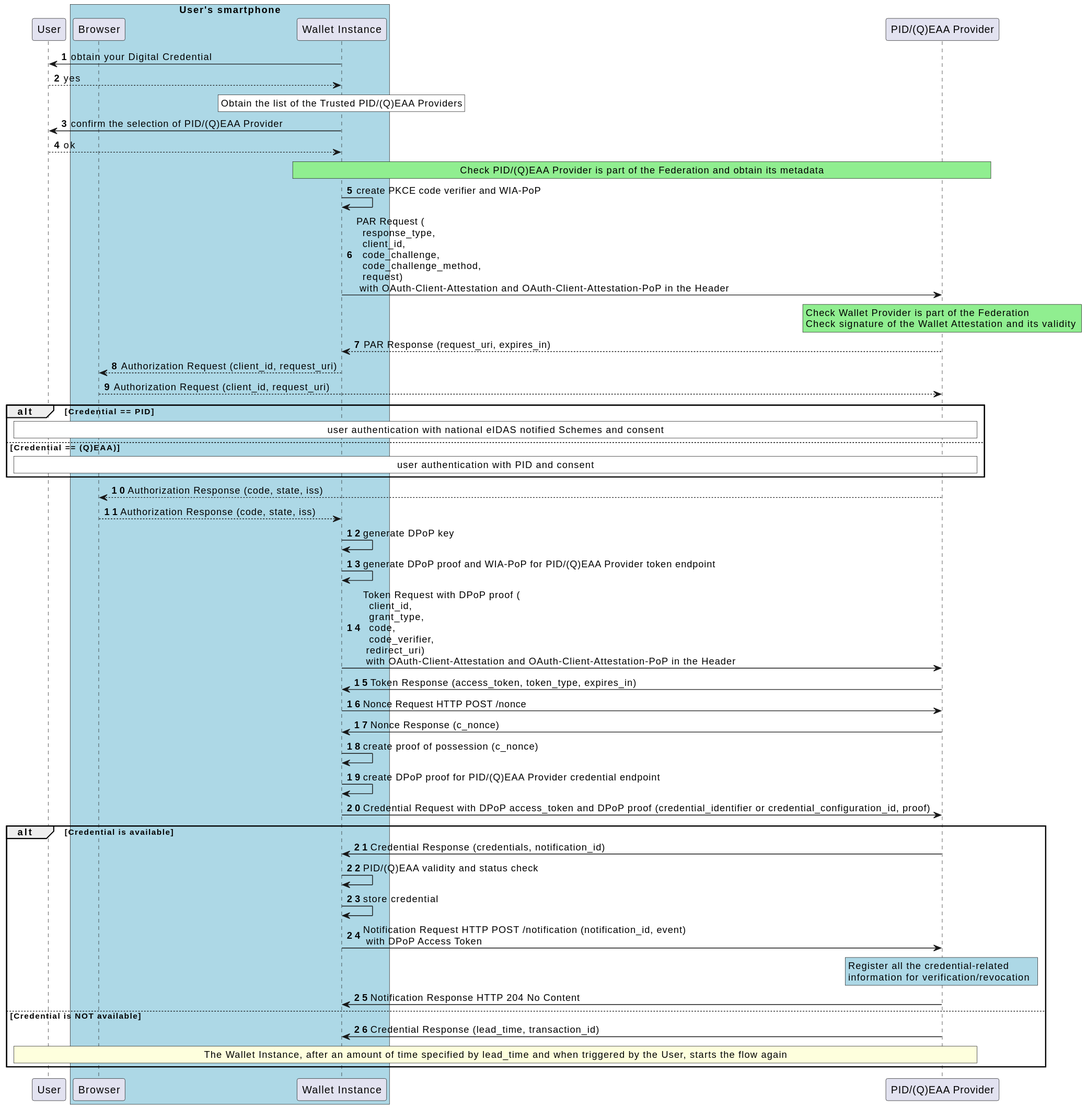
The PlantUML diagram images/Low-Level-Flow-ITWallet-PID-QEAA-Issuance.svg in fmarino-ipzs/eid-it-wallet-docs, before a commit.
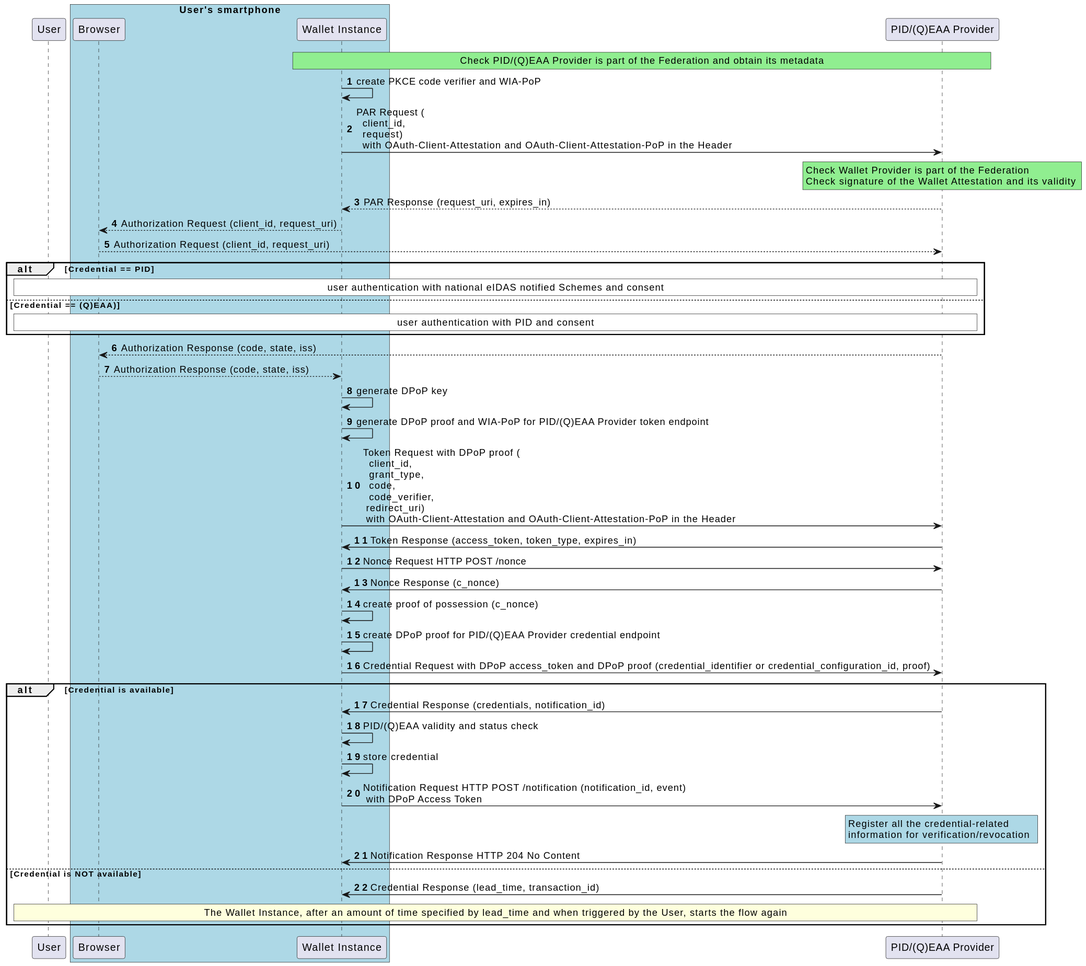
The same diagram one commit later.

Commit message:
[Issuance] Credential Offer (#549)

* feat: first commit Credential Offer

* Update docs/en/pid-eaa-issuance.rst

* Update docs/en/pid-eaa-issuance.rst

* Update docs/en/pid-eaa-issuance.rst


* Update docs/en/pid-eaa-issuance.rst


* Update docs/en/pid-eaa-issuance.rst


* Update docs/en/pid-eaa-issuance.rst


* Update docs/en/pid-eaa-issuance.rst


* Update docs/en/pid-eaa-issuance.rst

* Update docs/en/pid-eaa-issuance.rst


* Update docs/en/pid-eaa-issuance.rst


* Update docs/en/pid-eaa-issuance.rst


---------

Diff of the diagram source:
```diff
@@ -10,26 +10,13 @@
 
 participant "PID/(Q)EAA Provider" as i
 
-
-
-w -> u: obtain your Digital Credential
-u --> w: yes
-
-rnote over w #WHITE
-Obtain the list of the Trusted PID/(Q)EAA Providers
-endrnote
-
-w->u: confirm the selection of PID/(Q)EAA Provider
-
-u-->w: ok
-
 rnote over w,i #LIGHTGREEN
 Check PID/(Q)EAA Provider is part of the Federation and obtain its metadata
 endrnote
 
 w -> w : create PKCE code verifier and WIA-PoP
 
-w -> i : PAR Request (\n  response_type,\n  client_id,\n  code_challenge,\n  code_challenge_method,\n  request) \n with OAuth-Client-Attestation and OAuth-Client-Attestation-PoP in the Header
+w -> i : PAR Request (\n  client_id,\n  request) \n  with OAuth-Client-Attestation and OAuth-Client-Attestation-PoP in the Header
 rnote over i #LIGHTGREEN
 Check Wallet Provider is part of the Federation
 Check signature of the Wallet Attestation and its validity
```
